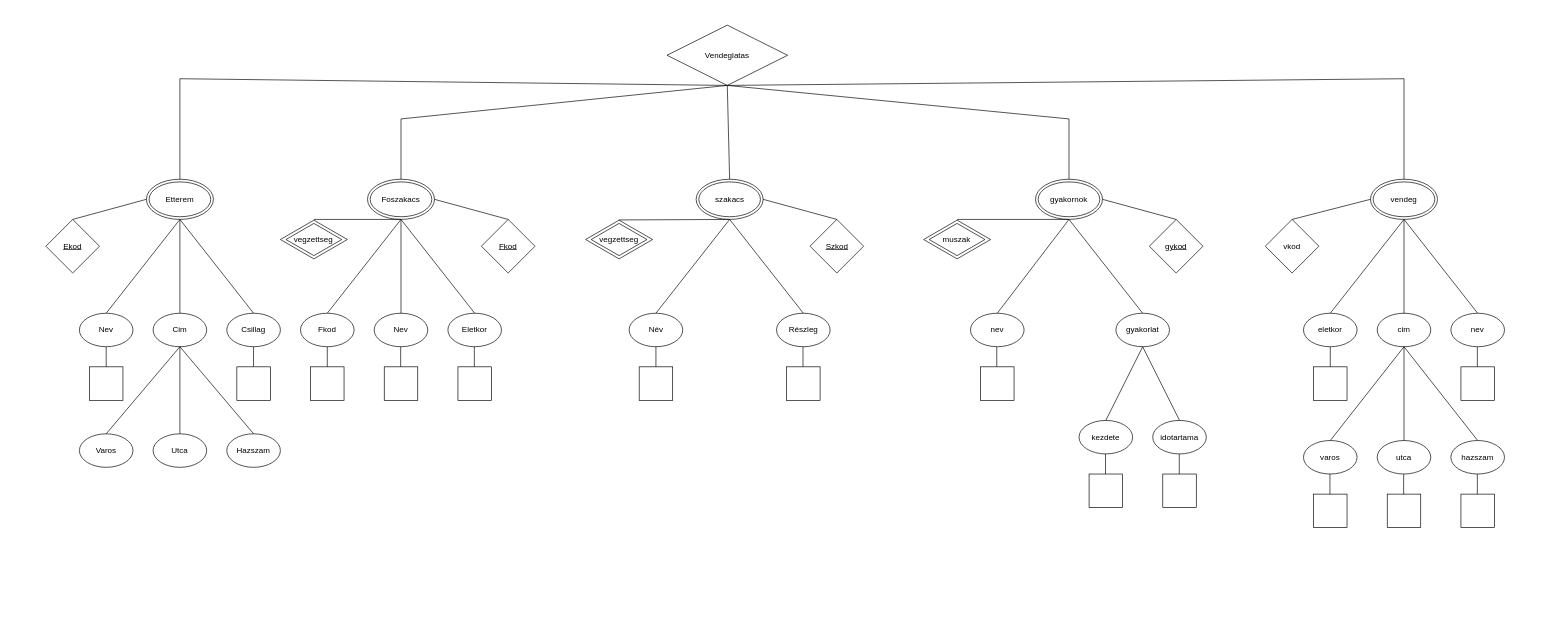
The draw.io diagram EFEW32_0312/efew32_vendeglatas.drawio in arosdami/EFEW32WebXML, before the edit. Source tidied: cells renumbered, new cells numbered last; positions are measured from the earlier drawing's top-left corner, leaving out a move shared by most shapes. Both pictures are drawn from the tidied source at 67%, with x=0, y=0 at pixel (46, 25).
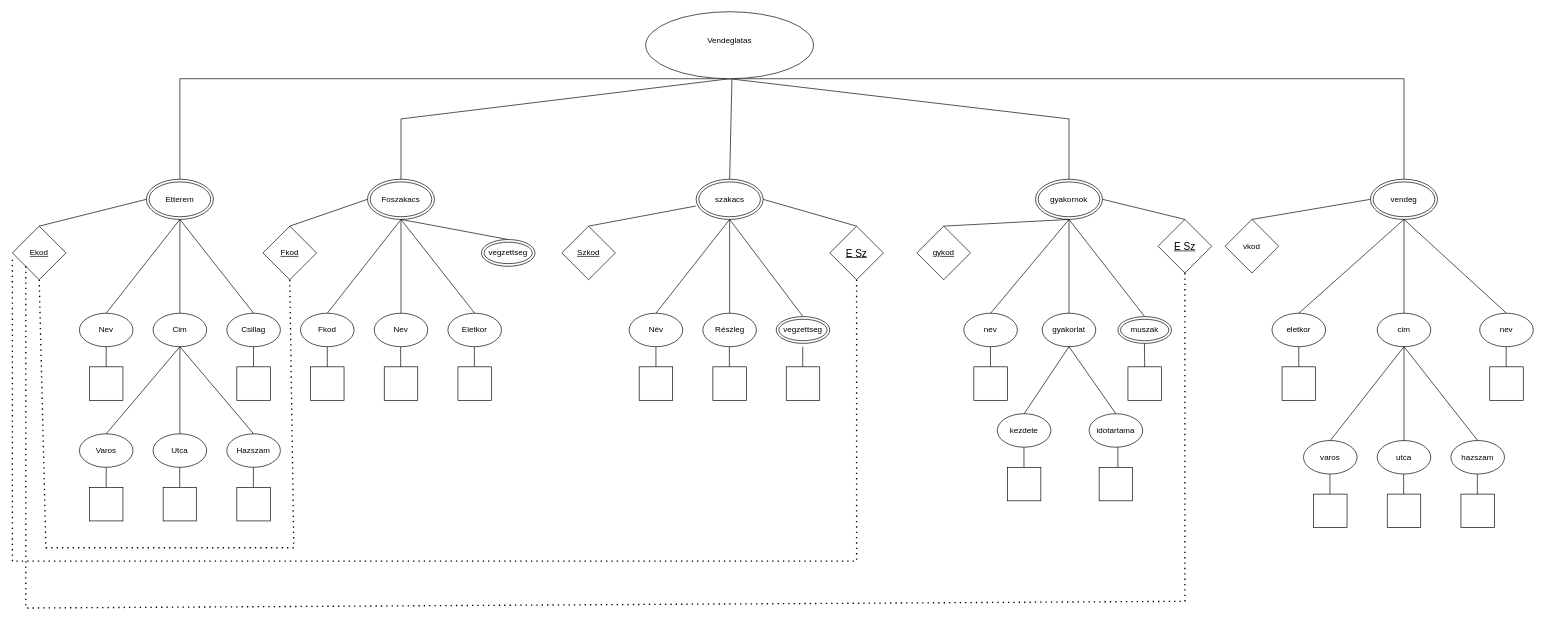
Above is the later version.

Commit message:
Update print statement from 'Hello' to 'Goodbye'

The change refers to these unchanged cells:
```xml
<mxCell id="4" value="Foszakacs" style="ellipse;shape=doubleEllipse;whiteSpace=wrap;html=1;" parent="1" vertex="1">
  <mxGeometry x="480" y="230" width="100" height="60" as="geometry" />
</mxCell>
<mxCell id="12" value="Varos" style="ellipse;whiteSpace=wrap;html=1;" parent="1" vertex="1">
  <mxGeometry x="50" y="610" width="80" height="50" as="geometry" />
</mxCell>
<mxCell id="39" value="szakacs" style="ellipse;shape=doubleEllipse;whiteSpace=wrap;html=1;" parent="1" vertex="1">
  <mxGeometry x="970.5" y="230" width="100" height="60" as="geometry" />
</mxCell>
<mxCell id="51" value="gyakornok" style="ellipse;shape=doubleEllipse;whiteSpace=wrap;html=1;" parent="1" vertex="1">
  <mxGeometry x="1477" y="230" width="100" height="60" as="geometry" />
</mxCell>
```

Change to the diagram source:
```diff
@@
     <mxCell id="3" value="&lt;u&gt;Ekod&lt;/u&gt;" style="rhombus;whiteSpace=wrap;html=1;" parent="1" vertex="1">
-      <mxGeometry y="290" width="80" height="80" as="geometry" />
+      <mxGeometry x="-50" y="300" width="80" height="80" as="geometry" />
     </mxCell>
@@
     <mxCell id="5" value="&lt;u&gt;Fkod&lt;/u&gt;" style="rhombus;whiteSpace=wrap;html=1;" parent="1" vertex="1">
-      <mxGeometry x="650" y="290" width="80" height="80" as="geometry" />
+      <mxGeometry x="324" y="300" width="80" height="80" as="geometry" />
     </mxCell>
@@
-    <mxCell id="35" style="endArrow=none;html=1;rounded=0;exitX=1;exitY=0.5;exitDx=0;exitDy=0;entryX=0.5;entryY=0;entryDx=0;entryDy=0;" parent="1" edge="1" source="4" target="5">
+    <mxCell id="35" style="endArrow=none;html=1;rounded=0;exitX=0;exitY=0.5;exitDx=0;exitDy=0;entryX=0.5;entryY=0;entryDx=0;entryDy=0;" parent="1" edge="1" source="4" target="5">
       <mxGeometry relative="1" as="geometry" />
     </mxCell>
-    <mxCell id="36" value="Vendeglatas" style="rhombus;whiteSpace=wrap;html=1;" parent="1" vertex="1">
-      <mxGeometry x="927" width="180" height="90" as="geometry" />
-    </mxCell>
@@
     <mxCell id="40" value="&lt;u&gt;Szkod&lt;/u&gt;" style="rhombus;whiteSpace=wrap;html=1;" parent="1" vertex="1">
-      <mxGeometry x="1140.5" y="290" width="80" height="80" as="geometry" />
+      <mxGeometry x="770" y="300" width="80" height="80" as="geometry" />
     </mxCell>
@@
     <mxCell id="42" value="Részleg" style="ellipse;whiteSpace=wrap;html=1;" parent="1" vertex="1">
-      <mxGeometry x="1090.5" y="430" width="80" height="50" as="geometry" />
+      <mxGeometry x="980.5" y="430" width="80" height="50" as="geometry" />
     </mxCell>
@@
     <mxCell id="44" style="whiteSpace=wrap;html=1;" parent="1" vertex="1">
-      <mxGeometry x="1105.5" y="510" width="50" height="50" as="geometry" />
+      <mxGeometry x="995.5" y="510" width="50" height="50" as="geometry" />
     </mxCell>
@@
     <mxCell id="46" style="endArrow=none;html=1;rounded=0;entryX=0.5;entryY=0;entryDx=0;entryDy=0;exitX=0.5;exitY=1;exitDx=0;exitDy=0;" parent="1" edge="1">
       <mxGeometry relative="1" as="geometry">
-        <mxPoint x="1130" y="480" as="sourcePoint" />
-        <mxPoint x="1130" y="510" as="targetPoint" />
+        <mxPoint x="1020.1" y="480" as="sourcePoint" />
+        <mxPoint x="1020.1" y="510" as="targetPoint" />
       </mxGeometry>
     </mxCell>
@@
-    <mxCell id="49" style="endArrow=none;html=1;rounded=0;exitX=0.495;exitY=0.013;exitDx=0;exitDy=0;exitPerimeter=0;entryX=0.5;entryY=1;entryDx=0;entryDy=0;" parent="1" edge="1" source="98" target="39">
+    <mxCell id="49" style="endArrow=none;html=1;rounded=0;exitX=0.5;exitY=0;exitDx=0;exitDy=0;entryX=0.5;entryY=1;entryDx=0;entryDy=0;" parent="1" edge="1" source="111" target="39">
       <mxGeometry relative="1" as="geometry" />
     </mxCell>
-    <mxCell id="50" style="endArrow=none;html=1;rounded=0;exitX=1;exitY=0.5;exitDx=0;exitDy=0;entryX=0.5;entryY=0;entryDx=0;entryDy=0;" parent="1" edge="1" source="39" target="40">
-      <mxGeometry relative="1" as="geometry" />
+    <mxCell id="50" style="endArrow=none;html=1;rounded=0;entryX=0.5;entryY=0;entryDx=0;entryDy=0;" parent="1" edge="1" target="40">
+      <mxGeometry relative="1" as="geometry">
+        <mxPoint x="970" y="270" as="sourcePoint" />
+      </mxGeometry>
     </mxCell>
@@
     <mxCell id="52" value="&lt;u&gt;gykod&lt;/u&gt;" style="rhombus;whiteSpace=wrap;html=1;" parent="1" vertex="1">
-      <mxGeometry x="1647" y="290" width="80" height="80" as="geometry" />
+      <mxGeometry x="1300" y="300" width="80" height="80" as="geometry" />
     </mxCell>
     <mxCell id="53" value="nev" style="ellipse;whiteSpace=wrap;html=1;" parent="1" vertex="1">
-      <mxGeometry x="1380" y="430" width="80" height="50" as="geometry" />
+      <mxGeometry x="1370" y="430" width="80" height="50" as="geometry" />
     </mxCell>
     <mxCell id="54" value="gyakorlat" style="ellipse;whiteSpace=wrap;html=1;" parent="1" vertex="1">
-      <mxGeometry x="1597" y="430" width="80" height="50" as="geometry" />
+      <mxGeometry x="1487" y="430" width="80" height="50" as="geometry" />
     </mxCell>
     <mxCell id="55" style="whiteSpace=wrap;html=1;" parent="1" vertex="1">
-      <mxGeometry x="1395" y="510" width="50" height="50" as="geometry" />
+      <mxGeometry x="1385" y="510" width="50" height="50" as="geometry" />
     </mxCell>
     <mxCell id="56" style="endArrow=none;html=1;rounded=0;entryX=0.5;entryY=0;entryDx=0;entryDy=0;exitX=0.5;exitY=1;exitDx=0;exitDy=0;" parent="1" edge="1">
       <mxGeometry relative="1" as="geometry">
-        <mxPoint x="1419.2" y="480" as="sourcePoint" />
-        <mxPoint x="1419.2" y="510" as="targetPoint" />
+        <mxPoint x="1409.8" y="480" as="sourcePoint" />
+        <mxPoint x="1409.8" y="510" as="targetPoint" />
       </mxGeometry>
     </mxCell>
@@
-    <mxCell id="59" style="endArrow=none;html=1;rounded=0;exitX=0.5;exitY=0;exitDx=0;exitDy=0;entryX=0.5;entryY=1;entryDx=0;entryDy=0;" parent="1" edge="1" target="51">
-      <mxGeometry relative="1" as="geometry">
-        <mxPoint x="1360" y="290" as="sourcePoint" />
-      </mxGeometry>
+    <mxCell id="59" style="endArrow=none;html=1;rounded=0;exitX=0.5;exitY=0;exitDx=0;exitDy=0;entryX=0.5;entryY=1;entryDx=0;entryDy=0;" parent="1" edge="1" source="52" target="51">
+      <mxGeometry relative="1" as="geometry" />
     </mxCell>
-    <mxCell id="60" style="endArrow=none;html=1;rounded=0;exitX=1;exitY=0.5;exitDx=0;exitDy=0;entryX=0.5;entryY=0;entryDx=0;entryDy=0;" parent="1" edge="1" source="51" target="52">
+    <mxCell id="60" style="endArrow=none;html=1;rounded=0;exitX=0.5;exitY=1;exitDx=0;exitDy=0;entryX=0.5;entryY=0;entryDx=0;entryDy=0;" parent="1" edge="1" source="51" target="103">
       <mxGeometry relative="1" as="geometry" />
     </mxCell>
@@
     <mxCell id="62" value="vkod" style="rhombus;whiteSpace=wrap;html=1;" parent="1" vertex="1">
-      <mxGeometry x="1820" y="290" width="80" height="80" as="geometry" />
+      <mxGeometry x="1760" y="290" width="80" height="80" as="geometry" />
     </mxCell>
     <mxCell id="63" value="eletkor" style="ellipse;whiteSpace=wrap;html=1;" parent="1" vertex="1">
-      <mxGeometry x="1877" y="430" width="80" height="50" as="geometry" />
+      <mxGeometry x="1830" y="430" width="80" height="50" as="geometry" />
     </mxCell>
@@
     <mxCell id="65" value="nev" style="ellipse;whiteSpace=wrap;html=1;" parent="1" vertex="1">
-      <mxGeometry x="2097" y="430" width="80" height="50" as="geometry" />
+      <mxGeometry x="2140" y="430" width="80" height="50" as="geometry" />
     </mxCell>
     <mxCell id="66" style="whiteSpace=wrap;html=1;" parent="1" vertex="1">
-      <mxGeometry x="1892" y="510" width="50" height="50" as="geometry" />
+      <mxGeometry x="1845" y="510" width="50" height="50" as="geometry" />
     </mxCell>
     <mxCell id="67" style="whiteSpace=wrap;html=1;" parent="1" vertex="1">
-      <mxGeometry x="2112" y="510" width="50" height="50" as="geometry" />
+      <mxGeometry x="2155" y="510" width="50" height="50" as="geometry" />
     </mxCell>
@@
     <mxCell id="69" style="endArrow=none;html=1;rounded=0;entryX=0.5;entryY=0;entryDx=0;entryDy=0;exitX=0.5;exitY=1;exitDx=0;exitDy=0;" parent="1" edge="1">
       <mxGeometry relative="1" as="geometry">
-        <mxPoint x="2136.5" y="480" as="sourcePoint" />
-        <mxPoint x="2136.5" y="510" as="targetPoint" />
+        <mxPoint x="2179.5" y="480" as="sourcePoint" />
+        <mxPoint x="2179.5" y="510" as="targetPoint" />
       </mxGeometry>
     </mxCell>
@@
-    <mxCell id="74" style="endArrow=none;html=1;rounded=0;exitX=0.5;exitY=0;exitDx=0;exitDy=0;entryX=0.5;entryY=1;entryDx=0;entryDy=0;" parent="1" edge="1" source="39" target="36">
+    <mxCell id="74" style="endArrow=none;html=1;rounded=0;exitX=0.5;exitY=0;exitDx=0;exitDy=0;entryX=0.514;entryY=1.011;entryDx=0;entryDy=0;entryPerimeter=0;" parent="1" edge="1" source="39" target="36">
       <mxGeometry relative="1" as="geometry" />
     </mxCell>
-    <mxCell id="75" style="endArrow=none;html=1;rounded=0;exitX=0.5;exitY=0;exitDx=0;exitDy=0;entryX=0.5;entryY=1;entryDx=0;entryDy=0;" parent="1" edge="1" source="51" target="36">
+    <mxCell id="75" style="endArrow=none;html=1;rounded=0;exitX=0.5;exitY=0;exitDx=0;exitDy=0;" parent="1" edge="1" source="51">
       <mxGeometry relative="1" as="geometry">
+        <mxPoint x="1020" y="80" as="targetPoint" />
         <Array as="points">
           <mxPoint x="1527" y="140" />
         </Array>
       </mxGeometry>
     </mxCell>
-    <mxCell id="76" style="endArrow=none;html=1;rounded=0;entryX=0.5;entryY=1;entryDx=0;entryDy=0;exitX=0.5;exitY=0;exitDx=0;exitDy=0;exitPerimeter=0;" parent="1" edge="1" target="4">
+    <mxCell id="76" style="endArrow=none;html=1;rounded=0;entryX=0.5;entryY=1;entryDx=0;entryDy=0;" parent="1" edge="1" target="4">
       <mxGeometry relative="1" as="geometry">
-        <mxPoint x="400" y="290" as="sourcePoint" />
+        <mxPoint x="690" y="320" as="sourcePoint" />
       </mxGeometry>
     </mxCell>
     <mxCell id="77" value="kezdete" style="ellipse;whiteSpace=wrap;html=1;" parent="1" vertex="1">
-      <mxGeometry x="1542" y="590" width="80" height="50" as="geometry" />
+      <mxGeometry x="1420" y="580" width="80" height="50" as="geometry" />
     </mxCell>
     <mxCell id="78" value="idotartama" style="ellipse;whiteSpace=wrap;html=1;" parent="1" vertex="1">
-      <mxGeometry x="1652" y="590" width="80" height="50" as="geometry" />
+      <mxGeometry x="1557" y="580" width="80" height="50" as="geometry" />
     </mxCell>
     <mxCell id="79" style="whiteSpace=wrap;html=1;" parent="1" vertex="1">
-      <mxGeometry x="1557" y="670" width="50" height="50" as="geometry" />
+      <mxGeometry x="1435" y="660" width="50" height="50" as="geometry" />
     </mxCell>
     <mxCell id="80" style="whiteSpace=wrap;html=1;" parent="1" vertex="1">
-      <mxGeometry x="1667" y="670" width="50" height="50" as="geometry" />
+      <mxGeometry x="1572" y="660" width="50" height="50" as="geometry" />
     </mxCell>
     <mxCell id="81" style="endArrow=none;html=1;rounded=0;entryX=0.5;entryY=0;entryDx=0;entryDy=0;exitX=0.5;exitY=1;exitDx=0;exitDy=0;" parent="1" edge="1">
       <mxGeometry relative="1" as="geometry">
-        <mxPoint x="1581.5" y="640" as="sourcePoint" />
-        <mxPoint x="1581.5" y="670" as="targetPoint" />
+        <mxPoint x="1459.8" y="630" as="sourcePoint" />
+        <mxPoint x="1459.8" y="660" as="targetPoint" />
       </mxGeometry>
     </mxCell>
@@
     <mxCell id="97" style="endArrow=none;html=1;rounded=0;entryX=0.5;entryY=0;entryDx=0;entryDy=0;exitX=0.5;exitY=1;exitDx=0;exitDy=0;" parent="1" edge="1">
       <mxGeometry relative="1" as="geometry">
-        <mxPoint x="1691.6" y="640" as="sourcePoint" />
-        <mxPoint x="1691.6" y="670" as="targetPoint" />
+        <mxPoint x="1600" y="630" as="sourcePoint" />
+        <mxPoint x="1600" y="660" as="targetPoint" />
       </mxGeometry>
     </mxCell>
-    <mxCell id="98" style="html=1;whiteSpace=wrap;shape=isoRectangle;" parent="1" vertex="1">
-      <mxGeometry x="805.5" y="290" width="100" height="60" as="geometry" />
-    </mxCell>
-    <mxCell id="99" value="vegzettseg" style="html=1;whiteSpace=wrap;shape=isoRectangle;" parent="1" vertex="1">
-      <mxGeometry x="813.8" y="295" width="83.3" height="50" as="geometry" />
-    </mxCell>
-    <mxCell id="100" style="html=1;whiteSpace=wrap;shape=isoRectangle;" parent="1" vertex="1">
-      <mxGeometry x="350" y="290" width="100" height="60" as="geometry" />
-    </mxCell>
-    <mxCell id="101" value="vegzettseg" style="html=1;whiteSpace=wrap;shape=isoRectangle;" parent="1" vertex="1">
-      <mxGeometry x="358.3" y="295" width="83.3" height="50" as="geometry" />
-    </mxCell>
-    <mxCell id="102" style="html=1;whiteSpace=wrap;shape=isoRectangle;" parent="1" vertex="1">
-      <mxGeometry x="1310" y="290" width="100" height="60" as="geometry" />
-    </mxCell>
+    <mxCell id="104" style="whiteSpace=wrap;html=1;" parent="1" vertex="1">
+      <mxGeometry x="65" y="690" width="50" height="50" as="geometry" />
+    </mxCell>
+    <mxCell id="105" style="whiteSpace=wrap;html=1;" parent="1" vertex="1">
+      <mxGeometry x="175" y="690" width="50" height="50" as="geometry" />
+    </mxCell>
+    <mxCell id="106" style="whiteSpace=wrap;html=1;" parent="1" vertex="1">
+      <mxGeometry x="285" y="690" width="50" height="50" as="geometry" />
+    </mxCell>
+    <mxCell id="107" style="endArrow=none;html=1;rounded=0;exitX=0.5;exitY=0;exitDx=0;exitDy=0;entryX=0.5;entryY=1;entryDx=0;entryDy=0;" parent="1" edge="1" source="104" target="12">
+      <mxGeometry relative="1" as="geometry" />
+    </mxCell>
+    <mxCell id="108" style="endArrow=none;html=1;rounded=0;exitX=0.5;exitY=0;exitDx=0;exitDy=0;entryX=0.5;entryY=1;entryDx=0;entryDy=0;" parent="1" edge="1">
+      <mxGeometry relative="1" as="geometry">
+        <mxPoint x="199.7" y="690" as="sourcePoint" />
+        <mxPoint x="199.7" y="660" as="targetPoint" />
+      </mxGeometry>
+    </mxCell>
+    <mxCell id="109" style="endArrow=none;html=1;rounded=0;exitX=0.5;exitY=0;exitDx=0;exitDy=0;entryX=0.5;entryY=1;entryDx=0;entryDy=0;" parent="1" edge="1">
+      <mxGeometry relative="1" as="geometry">
+        <mxPoint x="309.7" y="690" as="sourcePoint" />
+        <mxPoint x="309.7" y="660" as="targetPoint" />
+      </mxGeometry>
+    </mxCell>
+    <mxCell id="36" value="Vendeglatas&lt;div&gt;&lt;br&gt;&lt;/div&gt;" style="ellipse;whiteSpace=wrap;html=1;" parent="1" vertex="1">
+      <mxGeometry x="895.2" y="-20" width="250.5" height="100" as="geometry" />
+    </mxCell>
+    <mxCell id="110" value="vegzettseg" style="ellipse;shape=doubleEllipse;whiteSpace=wrap;html=1;" parent="1" vertex="1">
+      <mxGeometry x="650" y="320" width="80" height="40" as="geometry" />
+    </mxCell>
+    <mxCell id="111" value="vegzettseg" style="ellipse;shape=doubleEllipse;whiteSpace=wrap;html=1;" parent="1" vertex="1">
+      <mxGeometry x="1090" y="435" width="80" height="40" as="geometry" />
+    </mxCell>
-    <mxCell id="103" value="muszak" style="html=1;whiteSpace=wrap;shape=isoRectangle;" parent="1" vertex="1">
-      <mxGeometry x="1318.3" y="295" width="83.3" height="50" as="geometry" />
+    <mxCell id="103" value="muszak" style="ellipse;shape=doubleEllipse;whiteSpace=wrap;html=1;" parent="1" vertex="1">
+      <mxGeometry x="1600" y="435" width="80" height="40" as="geometry" />
     </mxCell>
+    <mxCell id="112" style="whiteSpace=wrap;html=1;" parent="1" vertex="1">
+      <mxGeometry x="1105" y="510" width="50" height="50" as="geometry" />
+    </mxCell>
+    <mxCell id="113" style="endArrow=none;html=1;rounded=0;entryX=0.5;entryY=0;entryDx=0;entryDy=0;exitX=0.5;exitY=1;exitDx=0;exitDy=0;" parent="1" edge="1">
+      <mxGeometry relative="1" as="geometry">
+        <mxPoint x="1129.6" y="480" as="sourcePoint" />
+        <mxPoint x="1129.6" y="510" as="targetPoint" />
+      </mxGeometry>
+    </mxCell>
+    <mxCell id="114" value="&lt;u&gt;&lt;font style=&quot;font-size: 15px;&quot;&gt;E Sz&lt;/font&gt;&lt;/u&gt;" style="rhombus;whiteSpace=wrap;html=1;" parent="1" vertex="1">
+      <mxGeometry x="1170" y="300" width="80" height="80" as="geometry" />
+    </mxCell>
+    <mxCell id="115" style="endArrow=none;dashed=1;html=1;dashPattern=1 3;strokeWidth=2;rounded=0;entryX=0.5;entryY=1;entryDx=0;entryDy=0;exitX=0;exitY=0.5;exitDx=0;exitDy=0;" parent="1" edge="1" target="114">
+      <mxGeometry relative="1" as="geometry">
+        <mxPoint x="-50" y="350" as="sourcePoint" />
+        <Array as="points">
+          <mxPoint x="-50" y="800" />
+          <mxPoint x="1210" y="800" />
+        </Array>
+      </mxGeometry>
+    </mxCell>
+    <mxCell id="116" style="endArrow=none;html=1;rounded=0;exitX=1;exitY=0.5;exitDx=0;exitDy=0;entryX=0.5;entryY=0;entryDx=0;entryDy=0;" parent="1" edge="1" source="39" target="114">
+      <mxGeometry relative="1" as="geometry" />
+    </mxCell>
+    <mxCell id="117" style="whiteSpace=wrap;html=1;" parent="1" vertex="1">
+      <mxGeometry x="1615" y="510" width="50" height="50" as="geometry" />
+    </mxCell>
+    <mxCell id="118" style="endArrow=none;html=1;rounded=0;entryX=0.5;entryY=0;entryDx=0;entryDy=0;exitX=0.5;exitY=1;exitDx=0;exitDy=0;" parent="1" edge="1" target="117">
+      <mxGeometry relative="1" as="geometry">
+        <mxPoint x="1639.6" y="475" as="sourcePoint" />
+      </mxGeometry>
+    </mxCell>
+    <mxCell id="119" value="&lt;u&gt;&lt;font style=&quot;font-size: 15px;&quot;&gt;E Sz&lt;/font&gt;&lt;/u&gt;" style="rhombus;whiteSpace=wrap;html=1;" parent="1" vertex="1">
+      <mxGeometry x="1660" y="290" width="80" height="80" as="geometry" />
+    </mxCell>
+    <mxCell id="120" style="endArrow=none;html=1;rounded=0;exitX=1;exitY=0.5;exitDx=0;exitDy=0;entryX=0.5;entryY=0;entryDx=0;entryDy=0;" parent="1" edge="1" source="51" target="119">
+      <mxGeometry relative="1" as="geometry" />
+    </mxCell>
+    <mxCell id="121" style="endArrow=none;dashed=1;html=1;dashPattern=1 3;strokeWidth=2;rounded=0;entryX=0.5;entryY=1;entryDx=0;entryDy=0;exitX=0;exitY=1;exitDx=0;exitDy=0;" parent="1" edge="1" source="3" target="119">
+      <mxGeometry relative="1" as="geometry">
+        <Array as="points">
+          <mxPoint x="-30" y="870" />
+          <mxPoint x="1700" y="860" />
+        </Array>
+      </mxGeometry>
+    </mxCell>
+    <mxCell id="122" style="endArrow=none;dashed=1;html=1;dashPattern=1 3;strokeWidth=2;rounded=0;entryX=0.5;entryY=1;entryDx=0;entryDy=0;exitX=0.5;exitY=1;exitDx=0;exitDy=0;" parent="1" edge="1" source="3" target="5">
+      <mxGeometry relative="1" as="geometry">
+        <Array as="points">
+          <mxPoint y="780" />
+          <mxPoint x="370" y="780" />
+        </Array>
+      </mxGeometry>
+    </mxCell>
```
